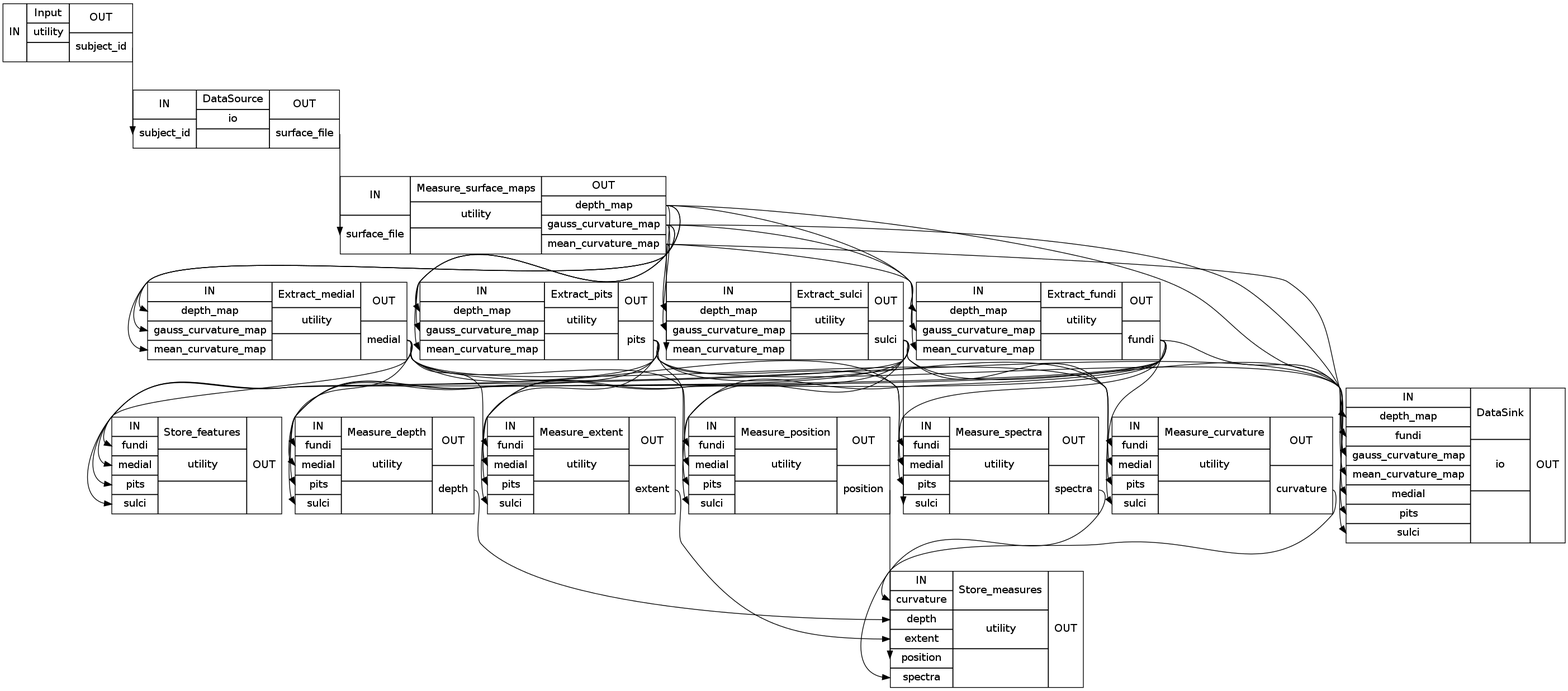
nipy/mindboggle keeps this Graphviz diagram as pipeline/graph_detailed.dot.png. Above is the earlier version. Its source is kept beside it as pipeline/graph_detailed.dot.
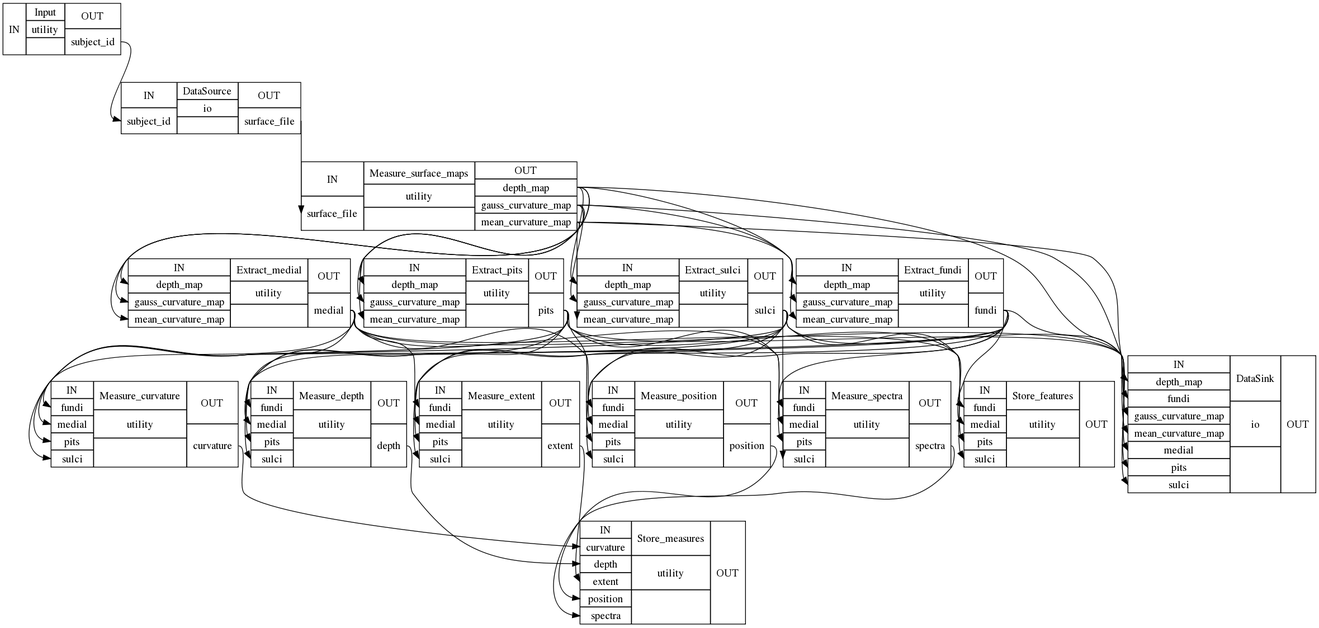
The same file after the commit.

What changed in the source:
```diff
@@ -4,17 +4,17 @@
 pipelineDataSource [label="{IN|<insubjectid> subject_id}|{ DataSource | io |  }|{OUT|<outsurfacefile> surface_file}"];
 pipelineMeasure_surface_maps [label="{IN|<insurfacefile> surface_file}|{ Measure_surface_maps | utility |  }|{OUT|<outdepthmap> depth_map|<outgausscurvaturemap> gauss_curvature_map|<outmeancurvaturemap> mean_curvature_map}"];
 pipelineExtract_pits [label="{IN|<indepthmap> depth_map|<ingausscurvaturemap> gauss_curvature_map|<inmeancurvaturemap> mean_curvature_map}|{ Extract_pits | utility |  }|{OUT|<outpits> pits}"];
-pipelineExtract_sulci [label="{IN|<indepthmap> depth_map|<ingausscurvaturemap> gauss_curvature_map|<inmeancurvaturemap> mean_curvature_map}|{ Extract_sulci | utility |  }|{OUT|<outsulci> sulci}"];
 pipelineExtract_medial [label="{IN|<indepthmap> depth_map|<ingausscurvaturemap> gauss_curvature_map|<inmeancurvaturemap> mean_curvature_map}|{ Extract_medial | utility |  }|{OUT|<outmedial> medial}"];
 pipelineExtract_fundi [label="{IN|<indepthmap> depth_map|<ingausscurvaturemap> gauss_curvature_map|<inmeancurvaturemap> mean_curvature_map}|{ Extract_fundi | utility |  }|{OUT|<outfundi> fundi}"];
+pipelineExtract_sulci [label="{IN|<indepthmap> depth_map|<ingausscurvaturemap> gauss_curvature_map|<inmeancurvaturemap> mean_curvature_map}|{ Extract_sulci | utility |  }|{OUT|<outsulci> sulci}"];
+pipelineMeasure_position [label="{IN|<infundi> fundi|<inmedial> medial|<inpits> pits|<insulci> sulci}|{ Measure_position | utility |  }|{OUT|<outposition> position}"];
+pipelineMeasure_depth [label="{IN|<infundi> fundi|<inmedial> medial|<inpits> pits|<insulci> sulci}|{ Measure_depth | utility |  }|{OUT|<outdepth> depth}"];
+pipelineMeasure_curvature [label="{IN|<infundi> fundi|<inmedial> medial|<inpits> pits|<insulci> sulci}|{ Measure_curvature | utility |  }|{OUT|<outcurvature> curvature}"];
+pipelineMeasure_spectra [label="{IN|<infundi> fundi|<inmedial> medial|<inpits> pits|<insulci> sulci}|{ Measure_spectra | utility |  }|{OUT|<outspectra> spectra}"];
 pipelineDataSink [label="{IN|<indepthmap> depth_map|<infundi> fundi|<ingausscurvaturemap> gauss_curvature_map|<inmeancurvaturemap> mean_curvature_map|<inmedial> medial|<inpits> pits|<insulci> sulci}|{ DataSink | io |  }|{OUT}"];
-pipelineMeasure_curvature [label="{IN|<infundi> fundi|<inmedial> medial|<inpits> pits|<insulci> sulci}|{ Measure_curvature | utility |  }|{OUT|<outcurvature> curvature}"];
-pipelineMeasure_depth [label="{IN|<infundi> fundi|<inmedial> medial|<inpits> pits|<insulci> sulci}|{ Measure_depth | utility |  }|{OUT|<outdepth> depth}"];
-pipelineMeasure_position [label="{IN|<infundi> fundi|<inmedial> medial|<inpits> pits|<insulci> sulci}|{ Measure_position | utility |  }|{OUT|<outposition> position}"];
 pipelineMeasure_extent [label="{IN|<infundi> fundi|<inmedial> medial|<inpits> pits|<insulci> sulci}|{ Measure_extent | utility |  }|{OUT|<outextent> extent}"];
+pipelineStore_measures [label="{IN|<incurvature> curvature|<indepth> depth|<inextent> extent|<inposition> position|<inspectra> spectra}|{ Store_measures | utility |  }|{OUT}"];
 pipelineStore_features [label="{IN|<infundi> fundi|<inmedial> medial|<inpits> pits|<insulci> sulci}|{ Store_features | utility |  }|{OUT}"];
-pipelineMeasure_spectra [label="{IN|<infundi> fundi|<inmedial> medial|<inpits> pits|<insulci> sulci}|{ Measure_spectra | utility |  }|{OUT|<outspectra> spectra}"];
-pipelineStore_measures [label="{IN|<incurvature> curvature|<indepth> depth|<inextent> extent|<inposition> position|<inspectra> spectra}|{ Store_measures | utility |  }|{OUT}"];
 pipelineDataSource:outsurfacefile:e -> pipelineMeasure_surface_maps:insurfacefile:w;
 pipelineExtract_fundi:outfundi:e -> pipelineDataSink:infundi:w;
 pipelineExtract_fundi:outfundi:e -> pipelineMeasure_curvature:infundi:w;
```
